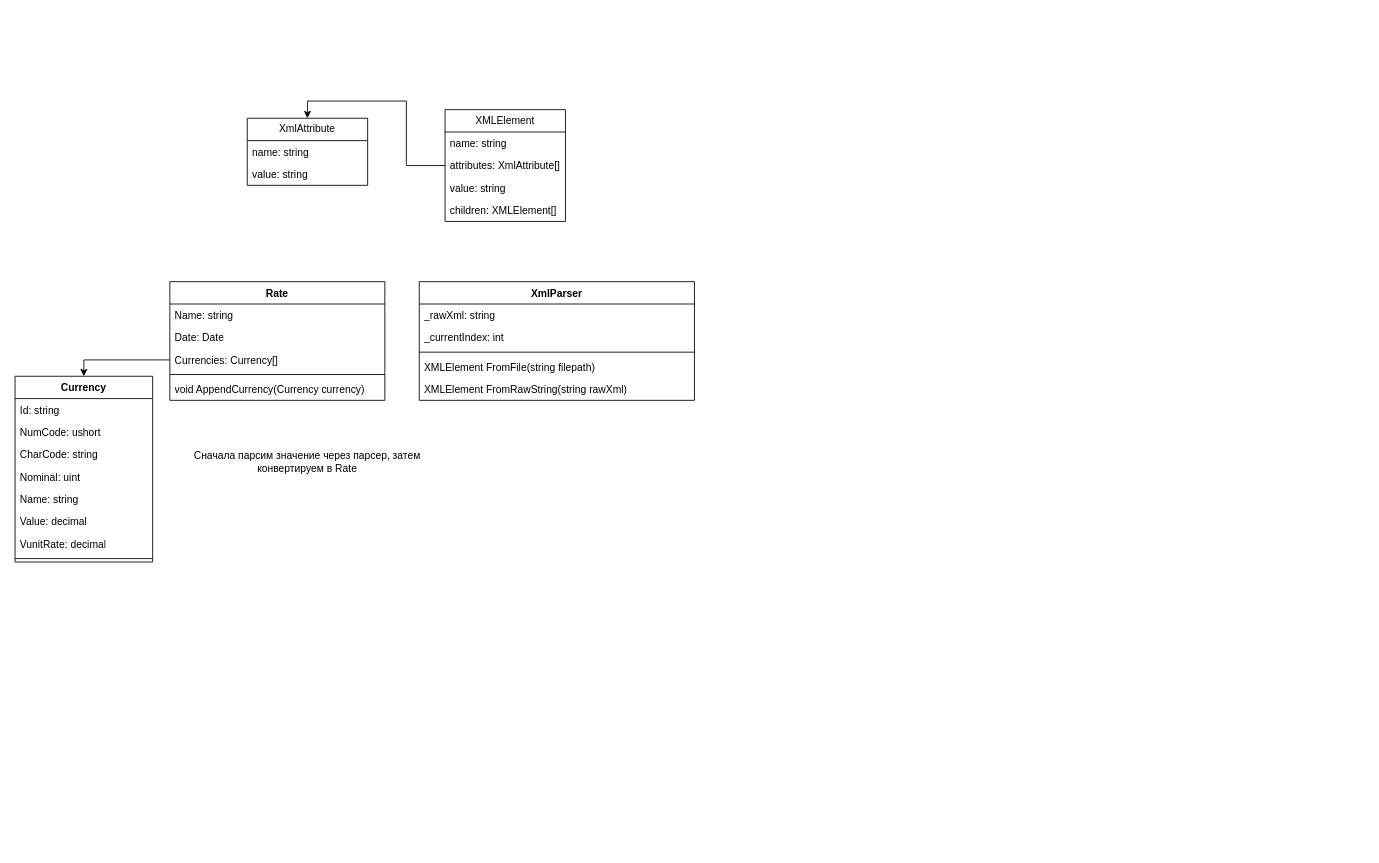
Earlier version of the draw.io diagram Cbr/docs/CbrArchitecture.drawio (alozhka/TLOnboarding). Source tidied: cells renumbered, new cells numbered last; positions are measured from the earlier drawing's top-left corner, leaving out a move shared by most shapes. Both pictures are drawn from the tidied source at 86%, with x=0, y=0 at pixel (15, 109).
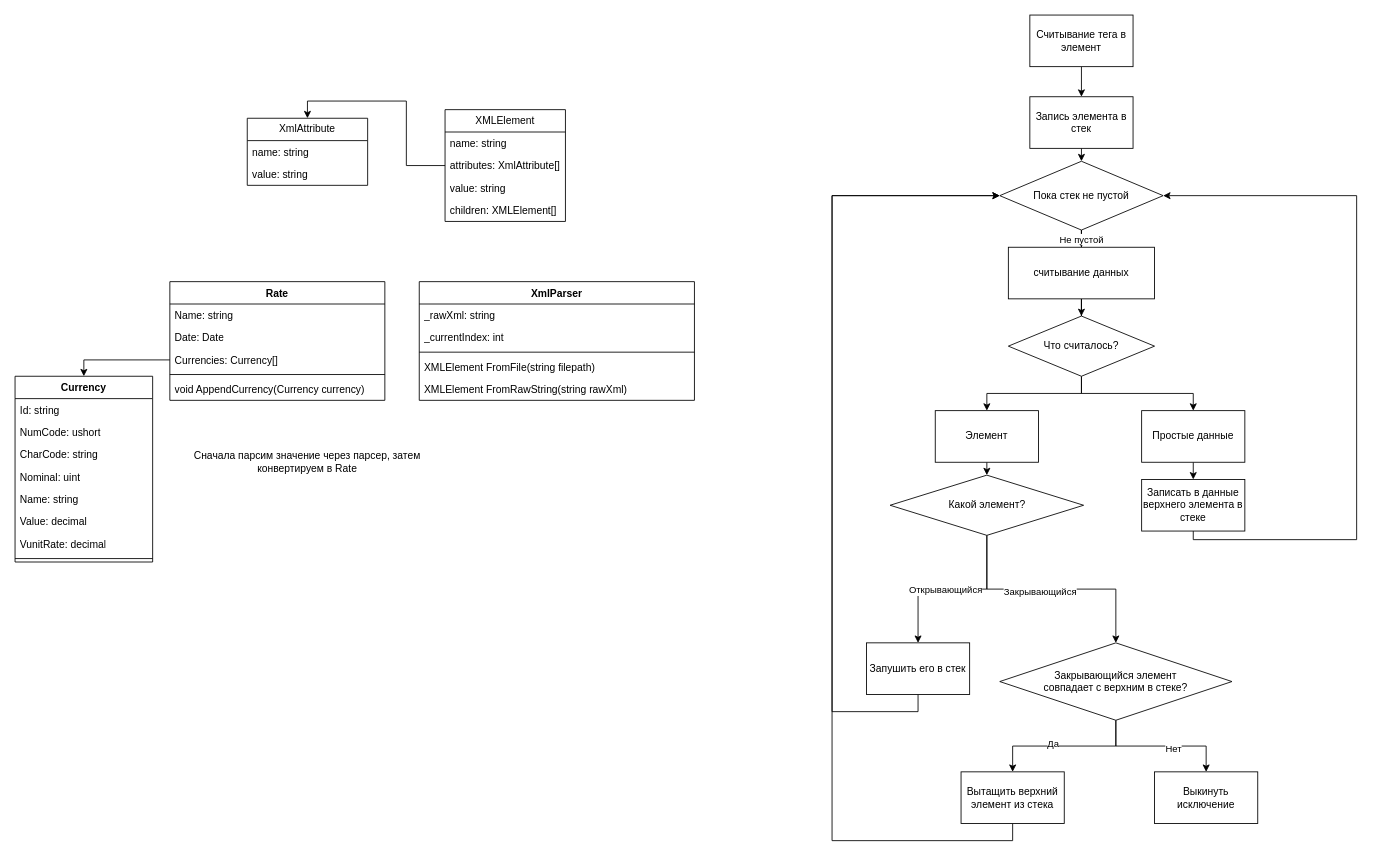
After the change.

Commit message:
Перенёс алгоритм в UML диаграмму

What changed in the source:
```diff
@@
+    <mxCell id="34" style="edgeStyle=orthogonalEdgeStyle;rounded=0;jettySize=auto;html=1;exitX=0.5;exitY=1;exitDx=0;exitDy=0;entryX=0.5;entryY=0;entryDx=0;entryDy=0;" parent="1" edge="1" source="35" target="37">
+      <mxGeometry relative="1" as="geometry" />
+    </mxCell>
+    <mxCell id="35" value="Считывание тега в элемент" style="rounded=0;whiteSpace=wrap;html=1;" parent="1" vertex="1">
+      <mxGeometry x="1180" y="-110" width="120" height="60" as="geometry" />
+    </mxCell>
+    <mxCell id="36" style="edgeStyle=orthogonalEdgeStyle;rounded=0;jettySize=auto;html=1;exitX=0.5;exitY=1;exitDx=0;exitDy=0;entryX=0.5;entryY=0;entryDx=0;entryDy=0;" parent="1" edge="1" source="37" target="40">
+      <mxGeometry relative="1" as="geometry" />
+    </mxCell>
+    <mxCell id="37" value="Запись элемента в стек" style="rounded=0;whiteSpace=wrap;html=1;" parent="1" vertex="1">
+      <mxGeometry x="1180" y="-15" width="120" height="60" as="geometry" />
+    </mxCell>
+    <mxCell id="38" style="edgeStyle=orthogonalEdgeStyle;rounded=0;jettySize=auto;html=1;" parent="1" edge="1" source="40" target="42">
+      <mxGeometry relative="1" as="geometry" />
+    </mxCell>
+    <mxCell id="39" value="Не пустой" style="edgeLabel;html=1;align=center;verticalAlign=middle;" parent="38" vertex="1">
+      <mxGeometry x="-0.66" y="-1" relative="1" as="geometry" />
+    </mxCell>
+    <mxCell id="40" value="Пока стек не пустой" style="rhombus;whiteSpace=wrap;html=1;" parent="1" vertex="1">
+      <mxGeometry x="1145" y="60" width="190" height="80" as="geometry" />
+    </mxCell>
+    <mxCell id="41" style="edgeStyle=orthogonalEdgeStyle;rounded=0;jettySize=auto;html=1;" parent="1" edge="1" source="42" target="45">
+      <mxGeometry relative="1" as="geometry" />
+    </mxCell>
+    <mxCell id="42" value="считывание данных" style="rounded=0;whiteSpace=wrap;html=1;" parent="1" vertex="1">
+      <mxGeometry x="1155" y="160" width="170" height="60" as="geometry" />
+    </mxCell>
+    <mxCell id="43" style="edgeStyle=orthogonalEdgeStyle;rounded=0;jettySize=auto;html=1;exitX=0.5;exitY=1;exitDx=0;exitDy=0;" parent="1" edge="1" source="45" target="47">
+      <mxGeometry relative="1" as="geometry" />
+    </mxCell>
+    <mxCell id="44" style="edgeStyle=orthogonalEdgeStyle;rounded=0;jettySize=auto;html=1;exitX=0.5;exitY=1;exitDx=0;exitDy=0;entryX=0.5;entryY=0;entryDx=0;entryDy=0;" parent="1" edge="1" source="45" target="49">
+      <mxGeometry relative="1" as="geometry" />
+    </mxCell>
+    <mxCell id="45" value="Что считалось?" style="rhombus;whiteSpace=wrap;html=1;rounded=0;" parent="1" vertex="1">
+      <mxGeometry x="1155" y="240" width="170" height="70" as="geometry" />
+    </mxCell>
+    <mxCell id="46" style="edgeStyle=orthogonalEdgeStyle;rounded=0;jettySize=auto;html=1;exitX=0.5;exitY=1;exitDx=0;exitDy=0;entryX=0.5;entryY=0;entryDx=0;entryDy=0;" parent="1" edge="1" source="47" target="56">
+      <mxGeometry relative="1" as="geometry" />
+    </mxCell>
+    <mxCell id="47" value="Элемент" style="whiteSpace=wrap;html=1;" parent="1" vertex="1">
+      <mxGeometry x="1070" y="350" width="120" height="60" as="geometry" />
+    </mxCell>
+    <mxCell id="48" style="edgeStyle=orthogonalEdgeStyle;rounded=0;jettySize=auto;html=1;exitX=0.5;exitY=1;exitDx=0;exitDy=0;entryX=0.5;entryY=0;entryDx=0;entryDy=0;" parent="1" edge="1" source="49" target="51">
+      <mxGeometry relative="1" as="geometry" />
+    </mxCell>
+    <mxCell id="49" value="Простые данные" style="whiteSpace=wrap;html=1;" parent="1" vertex="1">
+      <mxGeometry x="1310" y="350" width="120" height="60" as="geometry" />
+    </mxCell>
+    <mxCell id="50" style="edgeStyle=orthogonalEdgeStyle;rounded=0;jettySize=auto;html=1;exitX=0.5;exitY=1;exitDx=0;exitDy=0;entryX=1;entryY=0.5;entryDx=0;entryDy=0;" parent="1" edge="1" source="51" target="40">
+      <mxGeometry relative="1" as="geometry">
+        <Array as="points">
+          <mxPoint x="1370" y="500" />
+          <mxPoint x="1560" y="500" />
+          <mxPoint x="1560" y="100" />
+        </Array>
+      </mxGeometry>
+    </mxCell>
+    <mxCell id="51" value="Записать в данные верхнего элемента в стеке" style="whiteSpace=wrap;html=1;" parent="1" vertex="1">
+      <mxGeometry x="1310" y="430" width="120" height="60" as="geometry" />
+    </mxCell>
+    <mxCell id="52" style="edgeStyle=orthogonalEdgeStyle;rounded=0;jettySize=auto;html=1;exitX=0.5;exitY=1;exitDx=0;exitDy=0;entryX=0.5;entryY=0;entryDx=0;entryDy=0;" parent="1" edge="1" source="56" target="58">
+      <mxGeometry relative="1" as="geometry" />
+    </mxCell>
+    <mxCell id="53" value="Открывающийся" style="edgeLabel;html=1;align=center;verticalAlign=middle;" parent="52" vertex="1">
+      <mxGeometry x="0.08" y="1" relative="1" as="geometry" />
+    </mxCell>
+    <mxCell id="54" style="edgeStyle=orthogonalEdgeStyle;rounded=0;jettySize=auto;html=1;entryX=0.5;entryY=0;entryDx=0;entryDy=0;" parent="1" edge="1" source="56" target="63">
+      <mxGeometry relative="1" as="geometry" />
+    </mxCell>
+    <mxCell id="55" value="Закрывающийся" style="edgeLabel;html=1;align=center;verticalAlign=middle;" parent="54" vertex="1">
+      <mxGeometry x="-0.1" y="-3" relative="1" as="geometry" />
+    </mxCell>
+    <mxCell id="56" value="Какой элемент?" style="rhombus;whiteSpace=wrap;html=1;rounded=0;" parent="1" vertex="1">
+      <mxGeometry x="1017.5" y="425" width="225" height="70" as="geometry" />
+    </mxCell>
+    <mxCell id="57" style="edgeStyle=orthogonalEdgeStyle;rounded=0;jettySize=auto;html=1;exitX=0.5;exitY=1;exitDx=0;exitDy=0;entryX=0;entryY=0.5;entryDx=0;entryDy=0;" parent="1" edge="1" source="58" target="40">
+      <mxGeometry relative="1" as="geometry">
+        <Array as="points">
+          <mxPoint x="1050" y="700" />
+          <mxPoint x="950" y="700" />
+          <mxPoint x="950" y="100" />
+        </Array>
+      </mxGeometry>
+    </mxCell>
+    <mxCell id="58" value="Запушить его в стек" style="whiteSpace=wrap;html=1;" parent="1" vertex="1">
+      <mxGeometry x="990" y="620" width="120" height="60" as="geometry" />
+    </mxCell>
+    <mxCell id="59" style="edgeStyle=orthogonalEdgeStyle;rounded=0;jettySize=auto;html=1;exitX=0.5;exitY=1;exitDx=0;exitDy=0;entryX=0.5;entryY=0;entryDx=0;entryDy=0;" parent="1" edge="1" source="63" target="65">
+      <mxGeometry relative="1" as="geometry" />
+    </mxCell>
+    <mxCell id="60" value="Да" style="edgeLabel;html=1;align=center;verticalAlign=middle;" parent="59" vertex="1">
+      <mxGeometry x="0.16" y="-3" relative="1" as="geometry" />
+    </mxCell>
+    <mxCell id="61" style="edgeStyle=orthogonalEdgeStyle;rounded=0;jettySize=auto;html=1;exitX=0.5;exitY=1;exitDx=0;exitDy=0;entryX=0.5;entryY=0;entryDx=0;entryDy=0;" parent="1" edge="1" source="63" target="66">
+      <mxGeometry relative="1" as="geometry" />
+    </mxCell>
+    <mxCell id="62" value="Нет" style="edgeLabel;html=1;align=center;verticalAlign=middle;" parent="61" vertex="1">
+      <mxGeometry x="0.18" y="-2" relative="1" as="geometry">
+        <mxPoint x="-1" as="offset" />
+      </mxGeometry>
+    </mxCell>
+    <mxCell id="63" value="Закрывающийся элемент &lt;br&gt;совпадает с верхним в стеке?" style="rhombus;whiteSpace=wrap;html=1;" parent="1" vertex="1">
+      <mxGeometry x="1145" y="620" width="270" height="90" as="geometry" />
+    </mxCell>
+    <mxCell id="64" style="edgeStyle=orthogonalEdgeStyle;rounded=0;jettySize=auto;html=1;exitX=0.5;exitY=1;exitDx=0;exitDy=0;entryX=0;entryY=0.5;entryDx=0;entryDy=0;" parent="1" edge="1" source="65" target="40">
+      <mxGeometry relative="1" as="geometry">
+        <Array as="points">
+          <mxPoint x="1160" y="850" />
+          <mxPoint x="950" y="850" />
+          <mxPoint x="950" y="100" />
+        </Array>
+      </mxGeometry>
+    </mxCell>
+    <mxCell id="65" value="Вытащить верхний элемент из стека" style="whiteSpace=wrap;html=1;" parent="1" vertex="1">
+      <mxGeometry x="1100" y="770" width="120" height="60" as="geometry" />
+    </mxCell>
+    <mxCell id="66" value="Выкинуть исключение" style="whiteSpace=wrap;html=1;" parent="1" vertex="1">
+      <mxGeometry x="1325" y="770" width="120" height="60" as="geometry" />
+    </mxCell>
```
